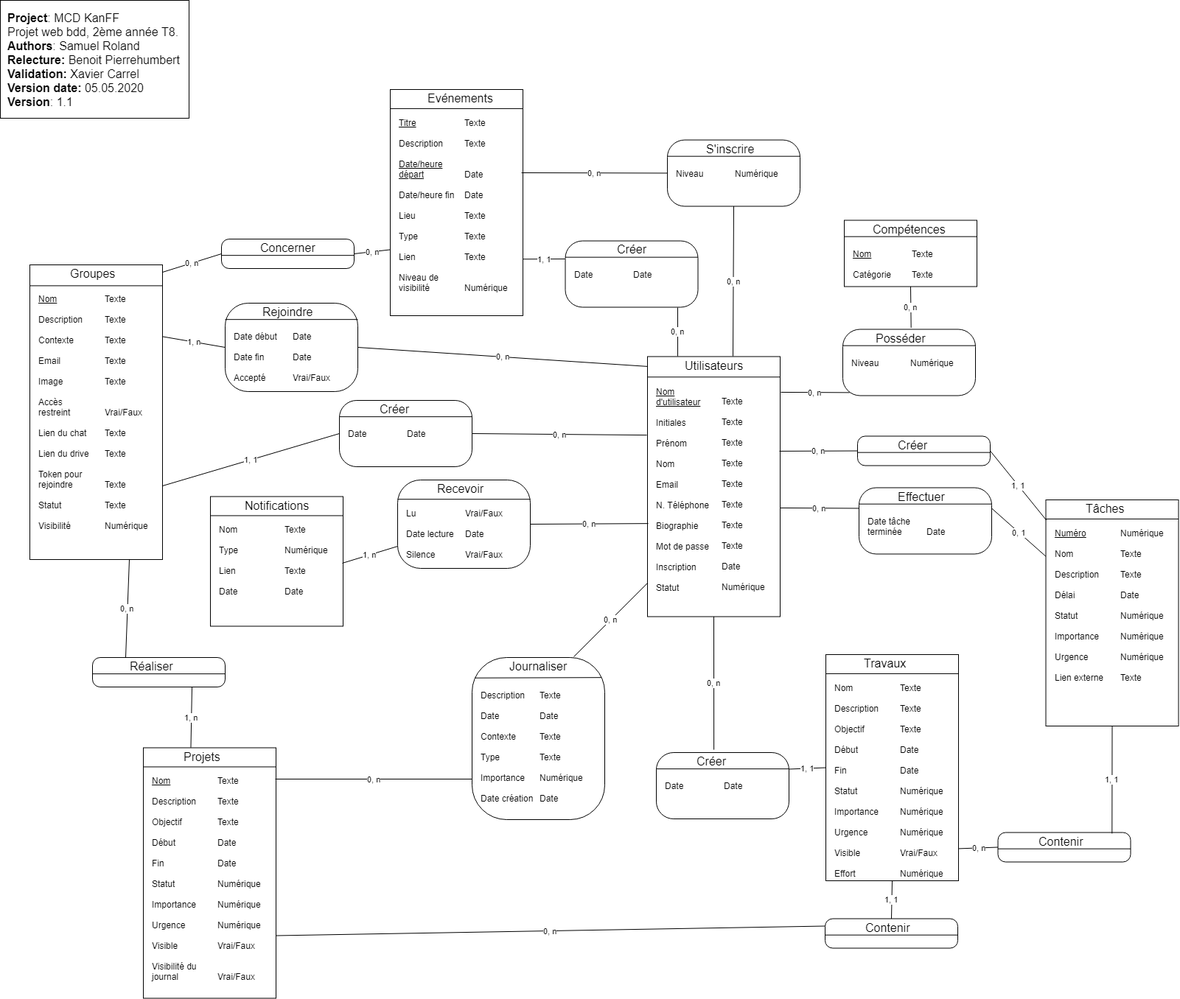
The draw.io diagram db/MCD-KanFF-official.png in samuelroland/KanFF, before a commit. Source tidied: cells renumbered, new cells last; positions are measured from the earlier drawing's top-left corner, leaving out a move shared by most shapes.
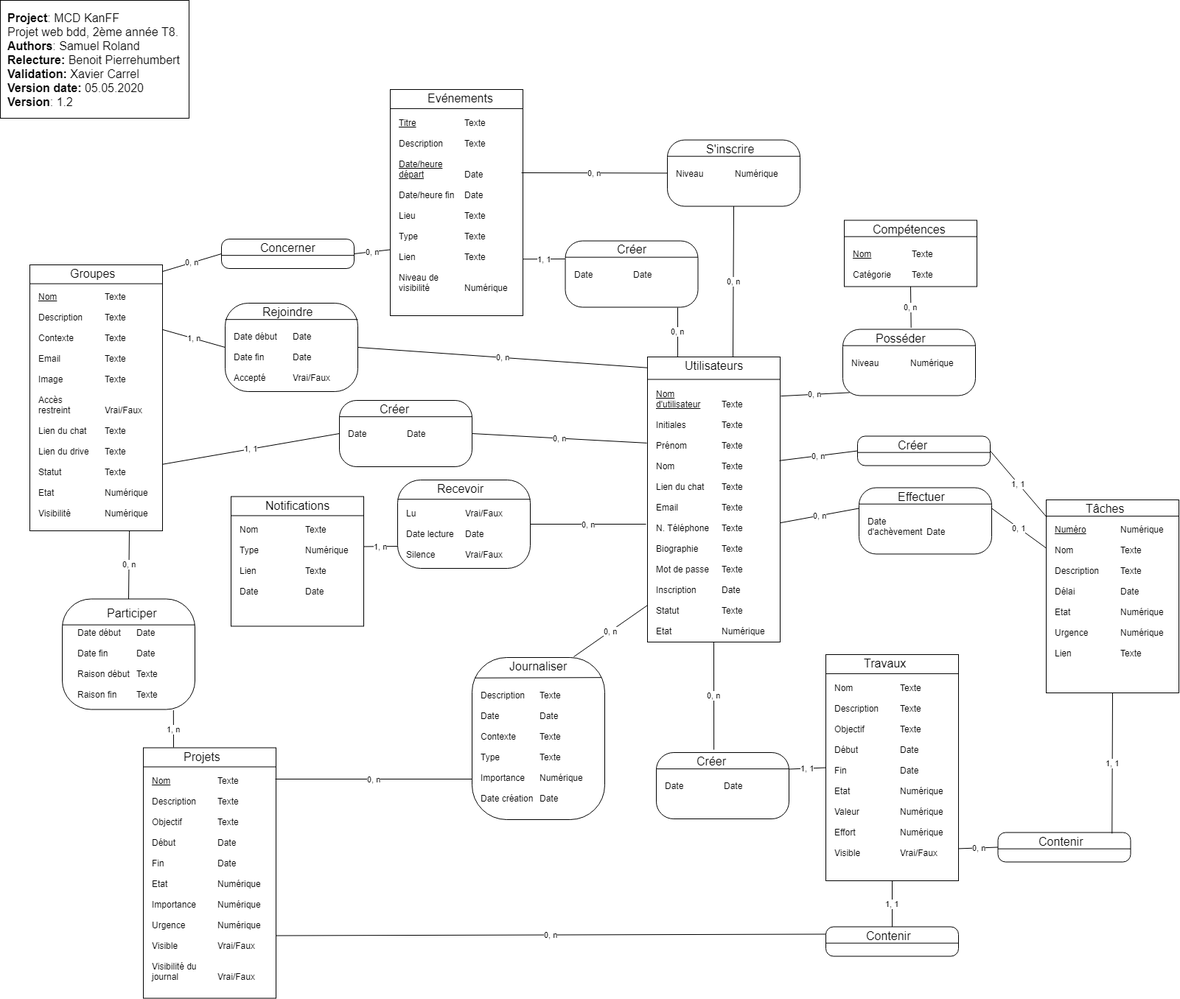
The same diagram one commit later.

What changed in the source:
```diff
@@ -4,22 +4,7 @@
     <mxCell id="1" parent="0" />
-    <mxCell id="2" value="&lt;b&gt;Project&lt;/b&gt;: MCD KanFF&lt;br style=&quot;font-size: 16px&quot;&gt;Projet web bdd, 2ème année T8.&lt;br style=&quot;font-size: 16px&quot;&gt;&lt;b&gt;Authors&lt;/b&gt;: Samuel Roland &lt;br&gt;&lt;b&gt;Relecture: &lt;/b&gt;Benoit Pierrehumbert&lt;br style=&quot;font-size: 16px&quot;&gt;&lt;b&gt;Validation: &lt;/b&gt;Xavier Carrel&lt;br&gt;&lt;b&gt;Version date:&lt;/b&gt; 05.05.2020&amp;nbsp;&lt;br style=&quot;font-size: 16px&quot;&gt;&lt;b&gt;Version&lt;/b&gt;: 1.1" style="rounded=0;whiteSpace=wrap;html=1;align=left;verticalAlign=top;fontSize=16;spacingTop=0;spacing=9;" parent="1" vertex="1">
+    <mxCell id="2" value="&lt;b&gt;Project&lt;/b&gt;: MCD KanFF&lt;br style=&quot;font-size: 16px&quot;&gt;Projet web bdd, 2ème année T8.&lt;br style=&quot;font-size: 16px&quot;&gt;&lt;b&gt;Authors&lt;/b&gt;: Samuel Roland &lt;br&gt;&lt;b&gt;Relecture: &lt;/b&gt;Benoit Pierrehumbert&lt;br style=&quot;font-size: 16px&quot;&gt;&lt;b&gt;Validation: &lt;/b&gt;Xavier Carrel&lt;br&gt;&lt;b&gt;Version date:&lt;/b&gt; 05.05.2020&amp;nbsp;&lt;br style=&quot;font-size: 16px&quot;&gt;&lt;b&gt;Version&lt;/b&gt;: 1.2" style="rounded=0;whiteSpace=wrap;html=1;align=left;verticalAlign=top;fontSize=16;spacingTop=0;spacing=9;" parent="1" vertex="1">
       <mxGeometry width="256" height="160" as="geometry" />
     </mxCell>
-    <mxCell id="3" style="group;" parent="1" vertex="1">
-      <mxGeometry x="125" y="892" width="180" height="55" as="geometry" />
-    </mxCell>
-    <mxCell id="4" style="rounded=1;whiteSpace=wrap;html=1;fontSize=16;align=left;arcSize=26;" parent="3" vertex="1">
-      <mxGeometry width="180" height="40" as="geometry" />
-    </mxCell>
-    <mxCell id="5" value="Réaliser" style="text;html=1;align=center;verticalAlign=top;spacingTop=-4;fontSize=16;" parent="3" vertex="1">
-      <mxGeometry x="45" width="70" height="20" as="geometry" />
-    </mxCell>
-    <mxCell id="6" style="endArrow=none;html=1;fontSize=16;" parent="3" edge="1">
-      <mxGeometry relative="1" as="geometry">
-        <mxPoint y="22.2" as="sourcePoint" />
-        <mxPoint x="180" y="22.2" as="targetPoint" />
-      </mxGeometry>
-    </mxCell>
     <mxCell id="7" style="group;" parent="1" vertex="1">
-      <mxGeometry x="1119" y="1246.5" width="180" height="55" as="geometry" />
+      <mxGeometry x="1120" y="1257.5" width="180" height="55" as="geometry" />
     </mxCell>
@@ -43,7 +28,9 @@
     </mxCell>
-    <mxCell id="13" value="0, n" style="endArrow=none;html=1;exitX=0.75;exitY=1;exitDx=0;exitDy=0;entryX=0.25;entryY=0;entryDx=0;entryDy=0;" parent="1" edge="1" source="111" target="4">
+    <mxCell id="13" value="0, n" style="endArrow=none;html=1;exitX=0.75;exitY=1;exitDx=0;exitDy=0;entryX=0.5;entryY=0;entryDx=0;entryDy=0;" parent="1" edge="1" source="111" target="192">
       <mxGeometry relative="1" as="geometry" />
     </mxCell>
-    <mxCell id="14" value="1, n" style="endArrow=none;html=1;entryX=0.75;entryY=1;entryDx=0;entryDy=0;exitX=0.278;exitY=-0.011;exitDx=0;exitDy=0;exitPerimeter=0;" parent="1" edge="1" source="135" target="4">
-      <mxGeometry relative="1" as="geometry" />
+    <mxCell id="14" value="1, n" style="endArrow=none;html=1;entryX=0.838;entryY=1.007;entryDx=0;entryDy=0;entryPerimeter=0;" parent="1" edge="1" target="192">
+      <mxGeometry relative="1" as="geometry">
+        <mxPoint x="235" y="1014" as="sourcePoint" />
+      </mxGeometry>
     </mxCell>
@@ -87,18 +74,18 @@
     <mxCell id="25" style="group;" parent="1" vertex="1">
-      <mxGeometry x="1418.5" y="678" width="180" height="307" as="geometry" />
+      <mxGeometry x="1419" y="678" width="180" height="262" as="geometry" />
     </mxCell>
     <mxCell id="26" style="group;" parent="25" vertex="1">
-      <mxGeometry width="180" height="307" as="geometry" />
+      <mxGeometry width="180" height="262" as="geometry" />
     </mxCell>
     <mxCell id="27" style="group;" parent="26" vertex="1">
-      <mxGeometry width="180" height="307" as="geometry" />
+      <mxGeometry width="180" height="262" as="geometry" />
     </mxCell>
     <mxCell id="28" style="group;" parent="27" vertex="1">
-      <mxGeometry width="180" height="307" as="geometry" />
+      <mxGeometry width="180" height="262" as="geometry" />
     </mxCell>
     <mxCell id="29" style="group;" parent="28" vertex="1">
-      <mxGeometry width="180" height="307" as="geometry" />
+      <mxGeometry width="180" height="262" as="geometry" />
     </mxCell>
     <mxCell id="30" style="rounded=0;whiteSpace=wrap;html=1;" parent="29" vertex="1">
-      <mxGeometry width="180" height="307" as="geometry" />
+      <mxGeometry width="180" height="262" as="geometry" />
     </mxCell>
@@ -109,11 +96,11 @@
       <mxGeometry relative="1" as="geometry">
-        <mxPoint y="25.9" as="sourcePoint" />
-        <mxPoint x="180" y="25.9" as="targetPoint" />
+        <mxPoint y="22.1" as="sourcePoint" />
+        <mxPoint x="180" y="22.1" as="targetPoint" />
       </mxGeometry>
     </mxCell>
-    <mxCell id="33" value="&lt;u&gt;Numéro&lt;/u&gt;&lt;br&gt;&lt;br&gt;Nom&lt;br&gt;&lt;br&gt;Description&lt;br&gt;&lt;br&gt;Délai&lt;br&gt;&lt;br&gt;Statut&lt;br&gt;&lt;br&gt;Importance&amp;nbsp;&lt;br&gt;&lt;br&gt;Urgence&lt;br&gt;&lt;br&gt;Lien externe" style="text;html=1;strokeColor=none;fillColor=none;align=left;verticalAlign=top;whiteSpace=wrap;rounded=0;" parent="29" vertex="1">
-      <mxGeometry x="10" y="31.8" width="80" height="116.4" as="geometry" />
+    <mxCell id="33" value="&lt;u&gt;Numéro&lt;/u&gt;&lt;br&gt;&lt;br&gt;Nom&lt;br&gt;&lt;br&gt;Description&lt;br&gt;&lt;br&gt;Délai&lt;br&gt;&lt;br&gt;Etat&lt;br&gt;&lt;br&gt;Urgence&lt;br&gt;&lt;br&gt;Lien" style="text;html=1;strokeColor=none;fillColor=none;align=left;verticalAlign=top;whiteSpace=wrap;rounded=0;" parent="29" vertex="1">
+      <mxGeometry x="10" y="27.1" width="80" height="99.4" as="geometry" />
     </mxCell>
-    <mxCell id="34" value="Numérique&lt;br&gt;&lt;br&gt;Texte&lt;br&gt;&lt;br&gt;Texte&lt;br&gt;&lt;br&gt;Date&lt;br&gt;&lt;br&gt;Numérique&lt;br&gt;&lt;br&gt;Numérique&lt;br&gt;&lt;br&gt;Numérique&lt;br&gt;&lt;br&gt;Texte" style="text;html=1;strokeColor=none;fillColor=none;align=left;verticalAlign=top;whiteSpace=wrap;rounded=0;" parent="29" vertex="1">
-      <mxGeometry x="99" y="31.7" width="80" height="117.5" as="geometry" />
+    <mxCell id="34" value="Numérique&lt;br&gt;&lt;br&gt;Texte&lt;br&gt;&lt;br&gt;Texte&lt;br&gt;&lt;br&gt;Date&lt;br&gt;&lt;br&gt;Numérique&lt;br&gt;&lt;br&gt;Numérique&lt;br&gt;&lt;br&gt;Texte" style="text;html=1;strokeColor=none;fillColor=none;align=left;verticalAlign=top;whiteSpace=wrap;rounded=0;" parent="29" vertex="1">
+      <mxGeometry x="99" y="27.1" width="80" height="100.3" as="geometry" />
     </mxCell>
@@ -143,6 +130,6 @@
     </mxCell>
-    <mxCell id="42" value="Nom&lt;br&gt;&lt;br&gt;Description&lt;br&gt;&lt;br&gt;Objectif&lt;br&gt;&lt;br&gt;Début&lt;br&gt;&lt;br&gt;Fin&lt;br&gt;&lt;br&gt;Statut&lt;br&gt;&lt;br&gt;Importance&amp;nbsp;&lt;br&gt;&lt;br&gt;Urgence&lt;br&gt;&lt;br&gt;Visible&lt;br&gt;&lt;br&gt;Effort" style="text;html=1;strokeColor=none;fillColor=none;align=left;verticalAlign=top;whiteSpace=wrap;rounded=0;" parent="38" vertex="1">
+    <mxCell id="42" value="Nom&lt;br&gt;&lt;br&gt;Description&lt;br&gt;&lt;br&gt;Objectif&lt;br&gt;&lt;br&gt;Début&lt;br&gt;&lt;br&gt;Fin&lt;br&gt;&lt;br&gt;Etat&lt;br&gt;&lt;br&gt;Valeur&lt;br&gt;&lt;br&gt;Effort&lt;br&gt;&lt;br&gt;Visible" style="text;html=1;strokeColor=none;fillColor=none;align=left;verticalAlign=top;whiteSpace=wrap;rounded=0;" parent="38" vertex="1">
       <mxGeometry x="10" y="31.8" width="80" height="116.4" as="geometry" />
     </mxCell>
-    <mxCell id="43" value="Texte&lt;br&gt;&lt;br&gt;Texte&lt;br&gt;&lt;br&gt;Texte&lt;br&gt;&lt;br&gt;Date&lt;br&gt;&lt;br&gt;Date&lt;br&gt;&lt;br&gt;Numérique&lt;br&gt;&lt;br&gt;Numérique&lt;br&gt;&lt;br&gt;Numérique&lt;br&gt;&lt;br&gt;Vrai/Faux&lt;br&gt;&lt;br&gt;Numérique" style="text;html=1;strokeColor=none;fillColor=none;align=left;verticalAlign=top;whiteSpace=wrap;rounded=0;" parent="38" vertex="1">
+    <mxCell id="43" value="Texte&lt;br&gt;&lt;br&gt;Texte&lt;br&gt;&lt;br&gt;Texte&lt;br&gt;&lt;br&gt;Date&lt;br&gt;&lt;br&gt;Date&lt;br&gt;&lt;br&gt;Numérique&lt;br&gt;&lt;br&gt;Numérique&lt;br&gt;&lt;br&gt;Numérique&lt;br&gt;&lt;br&gt;Vrai/Faux" style="text;html=1;strokeColor=none;fillColor=none;align=left;verticalAlign=top;whiteSpace=wrap;rounded=0;" parent="38" vertex="1">
       <mxGeometry x="99" y="31.7" width="80" height="117.5" as="geometry" />
@@ -150,15 +137,15 @@
     <mxCell id="44" style="group;" parent="1" vertex="1">
-      <mxGeometry x="878" y="483.5" width="180" height="353" as="geometry" />
+      <mxGeometry x="878" y="484" width="180" height="387" as="geometry" />
     </mxCell>
     <mxCell id="45" style="group;" parent="44" vertex="1">
-      <mxGeometry width="180" height="353" as="geometry" />
+      <mxGeometry width="180" height="387" as="geometry" />
     </mxCell>
     <mxCell id="46" style="group;" parent="45" vertex="1">
-      <mxGeometry width="180" height="353" as="geometry" />
+      <mxGeometry width="180" height="387" as="geometry" />
     </mxCell>
     <mxCell id="47" style="group;" parent="46" vertex="1">
-      <mxGeometry width="180" height="353" as="geometry" />
+      <mxGeometry width="180" height="387" as="geometry" />
     </mxCell>
     <mxCell id="48" style="rounded=0;whiteSpace=wrap;html=1;" parent="47" vertex="1">
-      <mxGeometry width="180" height="353" as="geometry" />
+      <mxGeometry width="180" height="387" as="geometry" />
     </mxCell>
@@ -169,11 +156,11 @@
       <mxGeometry relative="1" as="geometry">
-        <mxPoint y="27.8" as="sourcePoint" />
-        <mxPoint x="180" y="27.8" as="targetPoint" />
+        <mxPoint y="30.5" as="sourcePoint" />
+        <mxPoint x="180" y="30.5" as="targetPoint" />
       </mxGeometry>
     </mxCell>
-    <mxCell id="51" value="&lt;u&gt;Nom d'utilisateur&lt;/u&gt;&lt;br&gt;&lt;br&gt;Initiales&lt;br&gt;&lt;br&gt;Prénom&lt;br&gt;&lt;br&gt;Nom&lt;br&gt;&lt;br&gt;Email&lt;br&gt;&lt;br&gt;N. Téléphone&lt;br&gt;&lt;br&gt;Biographie&lt;br&gt;&lt;br&gt;Mot de passe&lt;br&gt;&lt;br&gt;Inscription&lt;br&gt;&lt;br&gt;Statut" style="text;html=1;strokeColor=none;fillColor=none;align=left;verticalAlign=top;whiteSpace=wrap;rounded=0;" parent="47" vertex="1">
-      <mxGeometry x="10" y="34" width="80" height="124.8" as="geometry" />
+    <mxCell id="51" value="&lt;u&gt;Nom d'utilisateur&lt;/u&gt;&lt;br&gt;&lt;br&gt;Initiales&lt;br&gt;&lt;br&gt;Prénom&lt;br&gt;&lt;br&gt;Nom&lt;br&gt;&lt;br&gt;Lien du chat&lt;br&gt;&lt;br&gt;Email&lt;br&gt;&lt;br&gt;N. Téléphone&lt;br&gt;&lt;br&gt;Biographie&lt;br&gt;&lt;br&gt;Mot de passe&lt;br&gt;&lt;br&gt;Inscription&lt;br&gt;&lt;br&gt;Statut&lt;br&gt;&lt;br&gt;Etat" style="text;html=1;strokeColor=none;fillColor=none;align=left;verticalAlign=top;whiteSpace=wrap;rounded=0;" parent="47" vertex="1">
+      <mxGeometry x="10" y="37.3" width="80" height="136.8" as="geometry" />
     </mxCell>
-    <mxCell id="52" value="&lt;br&gt;Texte&lt;br&gt;&lt;br&gt;Texte&lt;br&gt;&lt;br&gt;Texte&lt;br&gt;&lt;br&gt;Texte&lt;br&gt;&lt;br&gt;Texte&lt;br&gt;&lt;br&gt;Texte&lt;br&gt;&lt;br&gt;Texte&lt;br&gt;&lt;br&gt;Texte&lt;br&gt;&lt;br&gt;Date&lt;br&gt;&lt;br&gt;Numérique" style="text;html=1;strokeColor=none;fillColor=none;align=left;verticalAlign=top;whiteSpace=wrap;rounded=0;" parent="47" vertex="1">
-      <mxGeometry x="99" y="34" width="80" height="125.9" as="geometry" />
+    <mxCell id="52" value="&lt;br&gt;Texte&lt;br&gt;&lt;br&gt;Texte&lt;br&gt;&lt;br&gt;Texte&lt;br&gt;&lt;br&gt;Texte&lt;br&gt;&lt;br&gt;Texte&lt;br&gt;&lt;br&gt;Texte&lt;br&gt;&lt;br&gt;Texte&lt;br&gt;&lt;br&gt;Texte&lt;br&gt;&lt;br&gt;Texte&lt;br&gt;&lt;br&gt;Date&lt;br&gt;&lt;br&gt;Texte&lt;br&gt;&lt;br&gt;Numérique" style="text;html=1;strokeColor=none;fillColor=none;align=left;verticalAlign=top;whiteSpace=wrap;rounded=0;" parent="47" vertex="1">
+      <mxGeometry x="99" y="37.2" width="80" height="138.1" as="geometry" />
     </mxCell>
@@ -364,15 +351,15 @@
     <mxCell id="107" style="group;" parent="1" vertex="1">
-      <mxGeometry x="40" y="359" width="180" height="400" as="geometry" />
+      <mxGeometry x="40" y="359" width="180" height="361" as="geometry" />
     </mxCell>
     <mxCell id="108" style="group;" parent="107" vertex="1">
-      <mxGeometry width="180" height="400" as="geometry" />
+      <mxGeometry width="180" height="361" as="geometry" />
     </mxCell>
     <mxCell id="109" style="group;" parent="108" vertex="1">
-      <mxGeometry width="180" height="400" as="geometry" />
+      <mxGeometry width="180" height="361" as="geometry" />
     </mxCell>
     <mxCell id="110" style="group;" parent="109" vertex="1">
-      <mxGeometry width="180" height="400" as="geometry" />
+      <mxGeometry width="180" height="361" as="geometry" />
     </mxCell>
     <mxCell id="111" style="rounded=0;whiteSpace=wrap;html=1;" parent="110" vertex="1">
-      <mxGeometry width="180" height="400" as="geometry" />
+      <mxGeometry width="180" height="361" as="geometry" />
     </mxCell>
@@ -383,11 +370,11 @@
       <mxGeometry relative="1" as="geometry">
-        <mxPoint y="28.4" as="sourcePoint" />
-        <mxPoint x="180" y="28.4" as="targetPoint" />
+        <mxPoint y="25.6" as="sourcePoint" />
+        <mxPoint x="180" y="25.6" as="targetPoint" />
       </mxGeometry>
     </mxCell>
-    <mxCell id="114" value="&lt;u&gt;Nom&lt;/u&gt;&lt;br&gt;&lt;br&gt;Description&lt;br&gt;&lt;br&gt;Contexte&lt;br&gt;&lt;br&gt;Email&lt;br&gt;&lt;br&gt;Image&lt;br&gt;&lt;br&gt;Accès restreint&lt;br&gt;&lt;br&gt;Lien du chat&lt;br&gt;&lt;br&gt;Lien du drive&lt;br&gt;&lt;br&gt;Token pour rejoindre&lt;br&gt;&lt;br&gt;Statut&lt;br&gt;&lt;br&gt;Visibilité" style="text;html=1;strokeColor=none;fillColor=none;align=left;verticalAlign=top;whiteSpace=wrap;rounded=0;" parent="110" vertex="1">
-      <mxGeometry x="10" y="33.1" width="80" height="127.4" as="geometry" />
+    <mxCell id="114" value="&lt;u&gt;Nom&lt;/u&gt;&lt;br&gt;&lt;br&gt;Description&lt;br&gt;&lt;br&gt;Contexte&lt;br&gt;&lt;br&gt;Email&lt;br&gt;&lt;br&gt;Image&lt;br&gt;&lt;br&gt;Accès restreint&lt;br&gt;&lt;br&gt;Lien du chat&lt;br&gt;&lt;br&gt;Lien du drive&lt;br&gt;&lt;br&gt;Statut&lt;br&gt;&lt;br&gt;Etat&lt;br&gt;&lt;br&gt;Visibilité" style="text;html=1;strokeColor=none;fillColor=none;align=left;verticalAlign=top;whiteSpace=wrap;rounded=0;" parent="110" vertex="1">
+      <mxGeometry x="10" y="29.9" width="80" height="115" as="geometry" />
     </mxCell>
-    <mxCell id="115" value="Texte&lt;br&gt;&lt;br&gt;Texte&lt;br&gt;&lt;br&gt;Texte&lt;br&gt;&lt;br&gt;Texte&lt;br&gt;&lt;br&gt;Texte&lt;br&gt;&lt;br&gt;&lt;br&gt;Vrai/Faux&lt;br&gt;&lt;br&gt;Texte&lt;br&gt;&lt;br&gt;Texte&lt;br&gt;&lt;br&gt;&lt;br&gt;Texte&lt;br&gt;&lt;br&gt;Texte&lt;br&gt;&lt;br&gt;Numérique" style="text;html=1;strokeColor=none;fillColor=none;align=left;verticalAlign=top;whiteSpace=wrap;rounded=0;" parent="110" vertex="1">
-      <mxGeometry x="100" y="33.1" width="80" height="128.6" as="geometry" />
+    <mxCell id="115" value="Texte&lt;br&gt;&lt;br&gt;Texte&lt;br&gt;&lt;br&gt;Texte&lt;br&gt;&lt;br&gt;Texte&lt;br&gt;&lt;br&gt;Texte&lt;br&gt;&lt;br&gt;&lt;br&gt;Vrai/Faux&lt;br&gt;&lt;br&gt;Texte&lt;br&gt;&lt;br&gt;Texte&lt;br&gt;&lt;br&gt;Texte&lt;br&gt;&lt;br&gt;Numérique&lt;br&gt;&lt;br&gt;Numérique" style="text;html=1;strokeColor=none;fillColor=none;align=left;verticalAlign=top;whiteSpace=wrap;rounded=0;" parent="110" vertex="1">
+      <mxGeometry x="100" y="29.8" width="80" height="116.1" as="geometry" />
     </mxCell>
@@ -465,3 +452,3 @@
     </mxCell>
-    <mxCell id="137" value="&lt;u&gt;Nom&lt;br&gt;&lt;/u&gt;&lt;br&gt;Description&lt;br&gt;&lt;br&gt;Objectif&lt;br&gt;&lt;br&gt;Début&amp;nbsp;&lt;br&gt;&lt;br&gt;Fin&lt;br&gt;&lt;br&gt;Statut&lt;br&gt;&lt;br&gt;Importance&amp;nbsp;&lt;br&gt;&lt;br&gt;Urgence&lt;br&gt;&lt;br&gt;Visible&lt;br&gt;&lt;br&gt;Visibilité du journal" style="text;html=1;strokeColor=none;fillColor=none;align=left;verticalAlign=top;whiteSpace=wrap;rounded=0;" parent="133" vertex="1">
+    <mxCell id="137" value="&lt;u&gt;Nom&lt;br&gt;&lt;/u&gt;&lt;br&gt;Description&lt;br&gt;&lt;br&gt;Objectif&lt;br&gt;&lt;br&gt;Début&amp;nbsp;&lt;br&gt;&lt;br&gt;Fin&lt;br&gt;&lt;br&gt;Etat&lt;br&gt;&lt;br&gt;Importance&amp;nbsp;&lt;br&gt;&lt;br&gt;Urgence&lt;br&gt;&lt;br&gt;Visible&lt;br&gt;&lt;br&gt;Visibilité du journal" style="text;html=1;strokeColor=none;fillColor=none;align=left;verticalAlign=top;whiteSpace=wrap;rounded=0;" parent="133" vertex="1">
       <mxGeometry x="10" y="31.8" width="80" height="116.4" as="geometry" />
@@ -472,3 +459,3 @@
     <mxCell id="139" style="group;" parent="1" vertex="1">
-      <mxGeometry x="275" y="673.5" width="205" height="307" as="geometry" />
+      <mxGeometry x="303" y="673.5" width="205" height="307" as="geometry" />
     </mxCell>
@@ -513,6 +500,8 @@
     </mxCell>
-    <mxCell id="152" value="0, n" style="endArrow=none;html=1;entryX=0.006;entryY=0.642;entryDx=0;entryDy=0;entryPerimeter=0;exitX=1;exitY=0.5;exitDx=0;exitDy=0;" parent="1" edge="1" source="156" target="48">
-      <mxGeometry relative="1" as="geometry" />
+    <mxCell id="152" value="0, n" style="endArrow=none;html=1;exitX=1;exitY=0.5;exitDx=0;exitDy=0;" parent="1" edge="1" source="156">
+      <mxGeometry relative="1" as="geometry">
+        <mxPoint x="876" y="711" as="targetPoint" />
+      </mxGeometry>
     </mxCell>
-    <mxCell id="153" value="1, n" style="endArrow=none;html=1;exitX=1;exitY=0.5;exitDx=0;exitDy=0;entryX=0;entryY=0.75;entryDx=0;entryDy=0;" parent="1" edge="1" source="151" target="156">
+    <mxCell id="153" value="1, n" style="endArrow=none;html=1;exitX=1;exitY=0.386;exitDx=0;exitDy=0;entryX=0;entryY=0.75;entryDx=0;entryDy=0;exitPerimeter=0;" parent="1" edge="1" source="147" target="156">
       <mxGeometry relative="1" as="geometry" />
@@ -638,3 +627,3 @@
     </mxCell>
-    <mxCell id="189" value="Date tâche terminée" style="text;html=1;strokeColor=none;fillColor=none;align=left;verticalAlign=top;whiteSpace=wrap;rounded=0;" parent="185" vertex="1">
+    <mxCell id="189" value="Date d'achèvement" style="text;html=1;strokeColor=none;fillColor=none;align=left;verticalAlign=top;whiteSpace=wrap;rounded=0;" parent="185" vertex="1">
       <mxGeometry x="10" y="32" width="80" height="48" as="geometry" />
@@ -644,2 +633,23 @@
     </mxCell>
+    <mxCell id="191" style="group;" parent="1" vertex="1">
+      <mxGeometry x="84" y="812.5" width="180" height="150" as="geometry" />
+    </mxCell>
+    <mxCell id="192" style="rounded=1;whiteSpace=wrap;html=1;fontSize=16;align=left;arcSize=26;" parent="191" vertex="1">
+      <mxGeometry width="180" height="150" as="geometry" />
+    </mxCell>
+    <mxCell id="193" value="Participer" style="text;html=1;align=center;verticalAlign=top;spacingTop=-4;fontSize=16;" parent="191" vertex="1">
+      <mxGeometry x="55" y="7.5" width="80" height="20" as="geometry" />
+    </mxCell>
+    <mxCell id="194" style="endArrow=none;html=1;fontSize=16;" parent="191" edge="1">
+      <mxGeometry relative="1" as="geometry">
+        <mxPoint y="35.2" as="sourcePoint" />
+        <mxPoint x="180" y="35.2" as="targetPoint" />
+      </mxGeometry>
+    </mxCell>
+    <mxCell id="195" value="Date début&lt;br&gt;&lt;br&gt;Date fin&lt;br&gt;&lt;br&gt;Raison début&lt;br&gt;&lt;br&gt;Raison fin" style="text;html=1;strokeColor=none;fillColor=none;align=left;verticalAlign=top;whiteSpace=wrap;rounded=0;" parent="191" vertex="1">
+      <mxGeometry x="19" y="32" width="80" height="48" as="geometry" />
+    </mxCell>
+    <mxCell id="196" value="Date&lt;br&gt;&lt;br&gt;Date&lt;br&gt;&lt;br&gt;Texte&lt;br&gt;&lt;br&gt;Texte" style="text;html=1;strokeColor=none;fillColor=none;align=left;verticalAlign=top;whiteSpace=wrap;rounded=0;" parent="191" vertex="1">
+      <mxGeometry x="99" y="32" width="80" height="48" as="geometry" />
+    </mxCell>
   </root>
```
